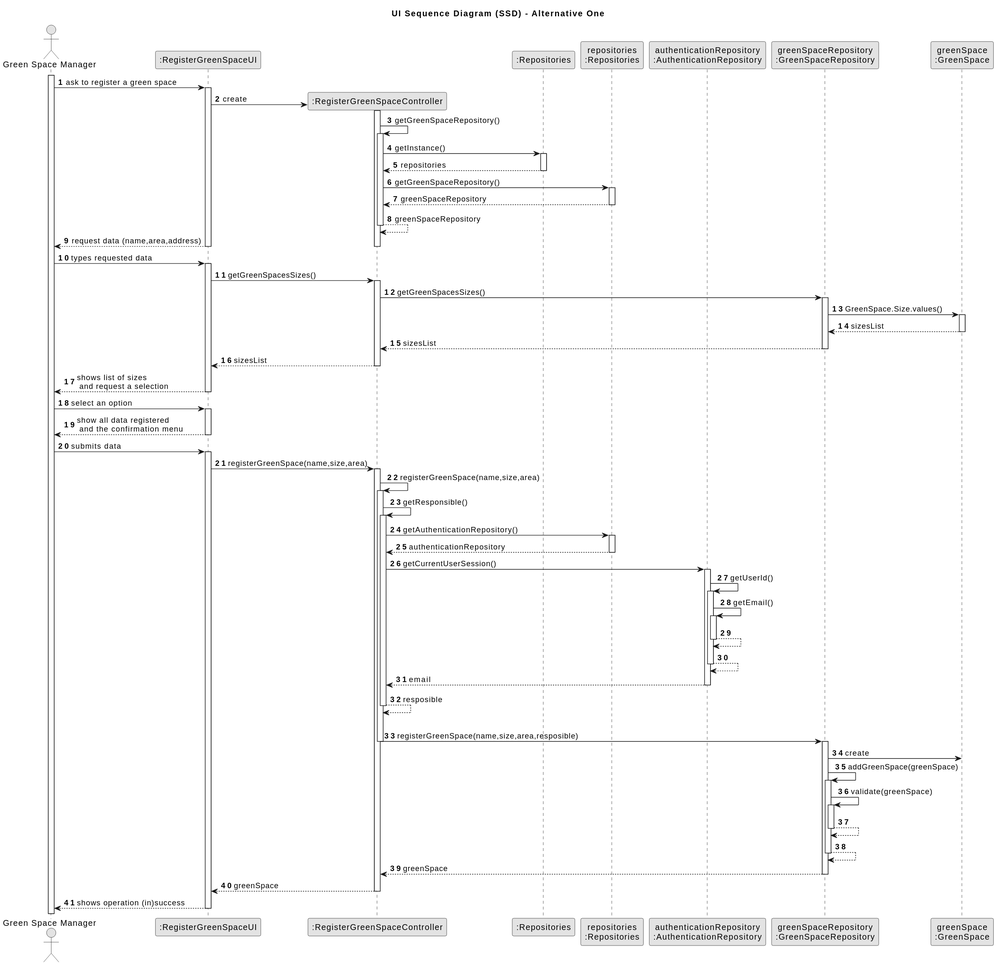
SAEmanuel/Green_Spaces_Management_ISEP keeps this PlantUML diagram as docs/sprintC/us020/03.design/svg/us020-sequence-diagram-full.svg. Above is the earlier version.
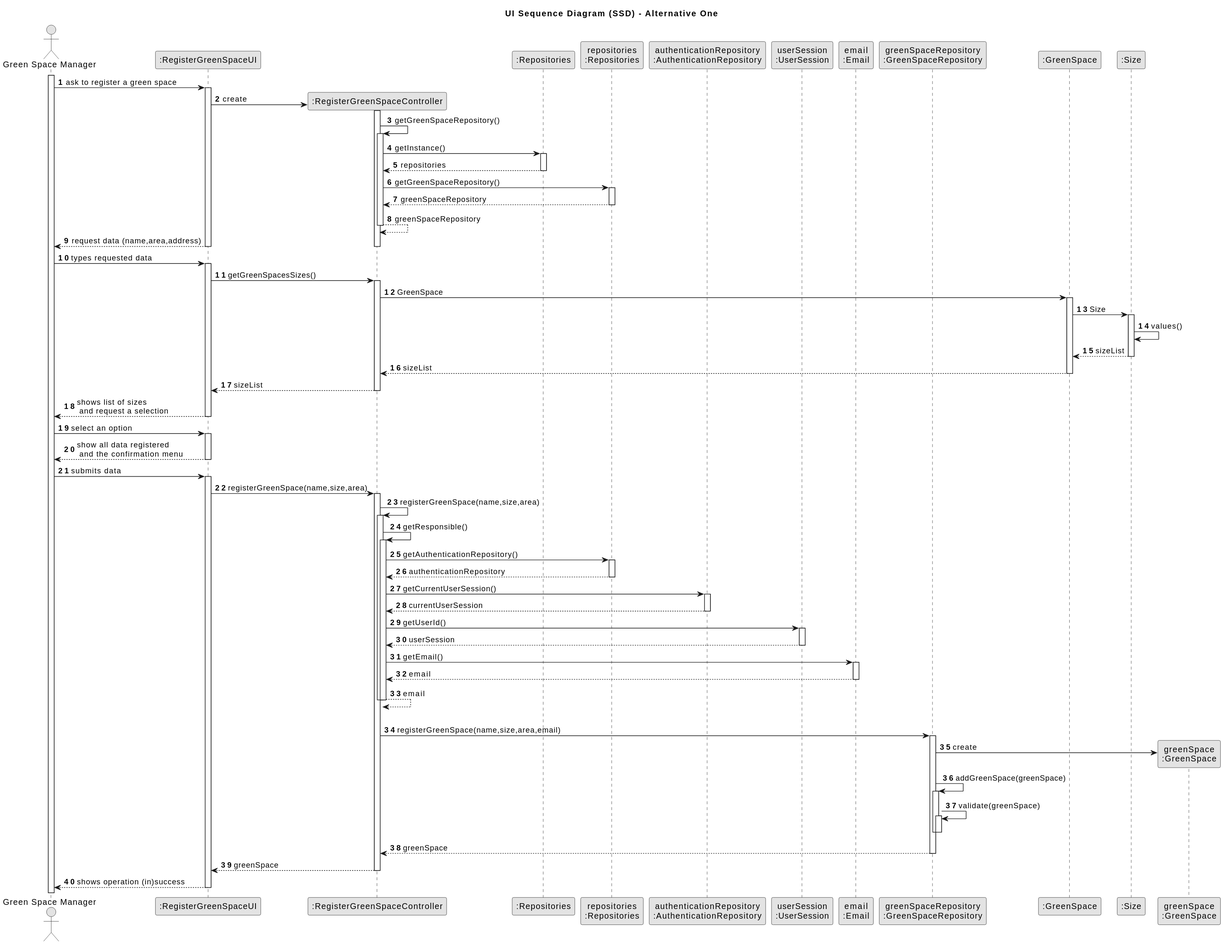
The same file after the commit.

What changed in the source:
```diff
@@ -13,7 +13,11 @@
 participant ":Repositories" as RepositorySingleton
 participant "repositories\n:Repositories" as PLAT
 participant "authenticationRepository\n:AuthenticationRepository" as authenticationRepository
+participant "userSession\n:UserSession" as UserSession
+participant "email\n:Email" as Email
 participant "greenSpaceRepository\n:GreenSpaceRepository" as greenSpaceRepository
+participant ":GreenSpace" as green
+participant ":Size" as Size
 participant "greenSpace\n:GreenSpace" as EMPREGO
 
 
@@ -56,17 +60,20 @@
     UI -> CTRL : getGreenSpacesSizes()
         activate CTRL
 
-           CTRL ->  greenSpaceRepository : getGreenSpacesSizes()
-            activate greenSpaceRepository
+           CTRL ->  green : GreenSpace
+                activate green
 
-                greenSpaceRepository -> EMPREGO: GreenSpace.Size.values()
-                activate EMPREGO
+                green -> Size: Size
 
-                EMPREGO --> greenSpaceRepository : sizesList
-                deactivate EMPREGO
-                greenSpaceRepository --> CTRL : sizesList
-            deactivate greenSpaceRepository
-            CTRL --> UI : sizesList
+                    activate Size
+                    Size -> Size : values()
+
+                        Size --> green :sizeList
+                    deactivate Size
+
+                    green --> CTRL : sizeList
+                deactivate green
+            CTRL --> UI : sizeList
 
         deactivate CTRL
 
@@ -92,50 +99,50 @@
     activate CTRL
 
         CTRL -> CTRL : getResponsible()
-        activate CTRL
+                    activate CTRL
 
-        CTRL -> PLAT : getAuthenticationRepository()
-        activate PLAT
+                        CTRL -> PLAT  : getAuthenticationRepository()
+                        activate PLAT
 
-        PLAT --> CTRL : authenticationRepository
-        deactivate PLAT
+                        PLAT --> CTRL : authenticationRepository
+                        deactivate PLAT
 
-        CTRL -> authenticationRepository : getCurrentUserSession()
-        activate authenticationRepository
+                        CTRL -> authenticationRepository : getCurrentUserSession()
+                        activate authenticationRepository
 
-            authenticationRepository -> authenticationRepository :getUserId()
-            activate authenticationRepository
+                            authenticationRepository --> CTRL : currentUserSession
+                        deactivate authenticationRepository
 
-                authenticationRepository -> authenticationRepository : getEmail()
-                activate authenticationRepository
+                        CTRL -> UserSession : getUserId()
+                        activate UserSession
 
-                    authenticationRepository --> authenticationRepository
-                deactivate authenticationRepository
-                    authenticationRepository --> authenticationRepository
-            deactivate authenticationRepository
+                            UserSession --> CTRL : userSession
+                        deactivate UserSession
 
+                        CTRL -> Email : getEmail()
+                        activate Email
 
-            authenticationRepository --> CTRL : email
-        deactivate authenticationRepository
-            CTRL --> CTRL: resposible
+                            Email --> CTRL : email
+                        deactivate Email
+                    CTRL --> CTRL : email
+                    deactivate CTRL
 
             deactivate CTRL
     |||
-            CTRL -> greenSpaceRepository : registerGreenSpace(name,size,area,resposible)
+            CTRL -> greenSpaceRepository : registerGreenSpace(name,size,area,email)
 
-    deactivate CTRL
     activate greenSpaceRepository
 
-    greenSpaceRepository -> EMPREGO : create
+    greenSpaceRepository -> EMPREGO** : create
 
     greenSpaceRepository -> greenSpaceRepository : addGreenSpace(greenSpace)
 
     activate greenSpaceRepository
     greenSpaceRepository -> greenSpaceRepository : validate(greenSpace)
     activate greenSpaceRepository
-    greenSpaceRepository --> greenSpaceRepository
+
     deactivate greenSpaceRepository
-    greenSpaceRepository --> greenSpaceRepository
+
     deactivate greenSpaceRepository
 
 
```
